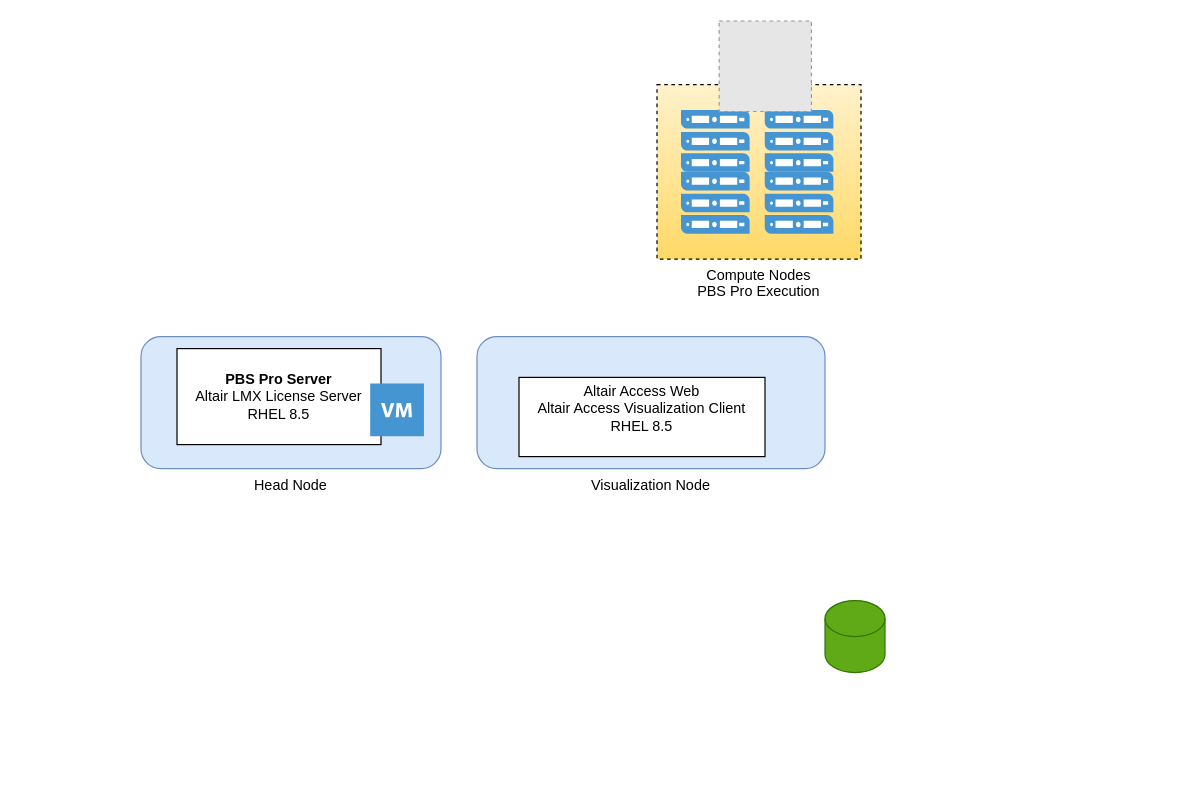
This is hdb.drawio from doddam-manjunath/diagram_io, a draw.io file, before an edit. Source tidied: cells renumbered, new cells numbered last; positions are measured from the earlier drawing's top-left corner, leaving out a move shared by most shapes. Both pictures are drawn from the tidied source at 120%, with x=0, y=0 at pixel (140, 20). Pictures stored in the file or linked from it are replaced by grey dashed boxes.
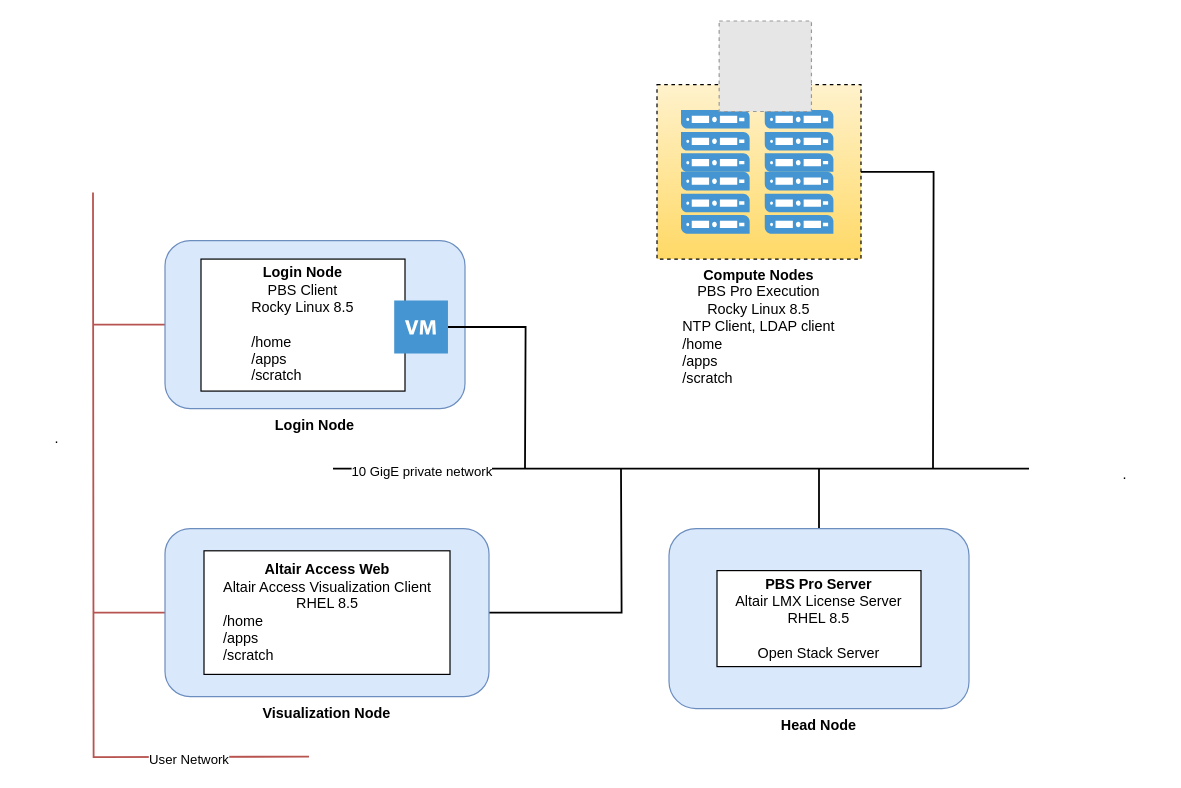
After the change.

Unchanged cells that the change refers to:
```xml
<mxCell id="8" style="group;strokeColor=none;fillColor=#fff2cc;gradientColor=#ffd966;" parent="1" vertex="1">
  <mxGeometry x="430" y="53" width="170" height="145.4" as="geometry" />
</mxCell>
```

The edit, as a diff of the source:
```diff
@@
+    <mxCell id="15" style="edgeStyle=orthogonalEdgeStyle;rounded=0;jettySize=auto;html=1;exitX=0.5;exitY=0;exitDx=0;exitDy=0;endArrow=none;endFill=0;strokeWidth=1.5;" parent="1" edge="1" source="2">
+      <mxGeometry relative="1" as="geometry">
+        <mxPoint x="565" y="373" as="targetPoint" />
+      </mxGeometry>
+    </mxCell>
-    <mxCell id="2" value="Head Node" style="rounded=1;whiteSpace=wrap;html=1;labelPosition=center;verticalLabelPosition=bottom;align=center;verticalAlign=top;fillColor=#dae8fc;strokeColor=#6c8ebf;" parent="1" vertex="1">
-      <mxGeometry y="263" width="250" height="110" as="geometry" />
+    <mxCell id="2" value="&lt;b&gt;Head Node&lt;/b&gt;" style="rounded=1;whiteSpace=wrap;html=1;labelPosition=center;verticalLabelPosition=bottom;align=center;verticalAlign=top;fillColor=#dae8fc;strokeColor=#6c8ebf;" parent="1" vertex="1">
+      <mxGeometry x="440" y="423" width="250" height="150" as="geometry" />
     </mxCell>
-    <mxCell id="3" style="shape=cylinder3;whiteSpace=wrap;html=1;boundedLbl=1;backgroundOutline=1;size=15;fillColor=#60a917;fontColor=#ffffff;strokeColor=#2D7600;" parent="1" vertex="1">
-      <mxGeometry x="570" y="483" width="50" height="60" as="geometry" />
-    </mxCell>
-    <mxCell id="4" value="&lt;b&gt;PBS Pro Server&lt;br&gt;&lt;/b&gt;&lt;div&gt;Altair LMX License Server&lt;br&gt;&lt;/div&gt;&lt;div&gt;RHEL 8.5&lt;/div&gt;" style="rounded=0;whiteSpace=wrap;html=1;" parent="1" vertex="1">
-      <mxGeometry x="30" y="273" width="170" height="80" as="geometry" />
+    <mxCell id="4" value="&lt;b&gt;PBS Pro Server&lt;br&gt;&lt;/b&gt;&lt;div&gt;Altair LMX License Server&lt;br&gt;&lt;/div&gt;&lt;div&gt;RHEL 8.5&lt;/div&gt;&lt;div&gt;&lt;br&gt;&lt;/div&gt;&lt;div&gt;Open Stack Server&lt;/div&gt;" style="rounded=0;whiteSpace=wrap;html=1;" parent="1" vertex="1">
+      <mxGeometry x="480" y="458" width="170" height="80" as="geometry" />
     </mxCell>
-    <mxCell id="5" style="shadow=0;dashed=0;html=1;strokeColor=none;fillColor=#4495D1;labelPosition=center;verticalLabelPosition=bottom;verticalAlign=top;align=center;shape=mxgraph.veeam.2d.virtual_machine;" parent="1" vertex="1">
-      <mxGeometry x="191" y="302" width="44.8" height="44" as="geometry" />
-    </mxCell>
+    <mxCell id="16" style="edgeStyle=orthogonalEdgeStyle;rounded=0;jettySize=auto;html=1;exitX=1;exitY=0.5;exitDx=0;exitDy=0;endArrow=none;endFill=0;strokeWidth=1.5;" parent="1" edge="1" source="6">
+      <mxGeometry relative="1" as="geometry">
+        <mxPoint x="400" y="373" as="targetPoint" />
+      </mxGeometry>
+    </mxCell>
+    <mxCell id="17" style="edgeStyle=none;rounded=0;jettySize=auto;html=1;endArrow=none;endFill=0;fillColor=#f8cecc;strokeColor=#B85450;strokeWidth=1.5;" parent="1" edge="1" source="6">
+      <mxGeometry relative="1" as="geometry">
+        <mxPoint x="-40" y="493" as="targetPoint" />
+      </mxGeometry>
+    </mxCell>
-    <mxCell id="6" value="Visualization Node" style="rounded=1;whiteSpace=wrap;html=1;labelPosition=center;verticalLabelPosition=bottom;align=center;verticalAlign=top;fillColor=#dae8fc;strokeColor=#6c8ebf;" parent="1" vertex="1">
-      <mxGeometry x="280" y="263" width="290" height="110" as="geometry" />
+    <mxCell id="6" value="&lt;b&gt;Visualization Node&lt;/b&gt;" style="rounded=1;whiteSpace=wrap;html=1;labelPosition=center;verticalLabelPosition=bottom;align=center;verticalAlign=top;fillColor=#dae8fc;strokeColor=#6c8ebf;" parent="1" vertex="1">
+      <mxGeometry x="20" y="423" width="270" height="140" as="geometry" />
     </mxCell>
-    <mxCell id="7" value="&lt;div&gt;Altair Access Web&lt;br&gt;&lt;/div&gt;&lt;div&gt;Altair Access Visualization Client&lt;/div&gt;&lt;div&gt;RHEL 8.5&lt;/div&gt;&lt;div&gt;&lt;br&gt;&lt;/div&gt;" style="rounded=0;whiteSpace=wrap;html=1;" parent="1" vertex="1">
-      <mxGeometry x="315" y="297" width="205" height="66" as="geometry" />
+    <mxCell id="7" value="&lt;div&gt;&lt;b&gt;Altair Access Web&lt;/b&gt;&lt;br&gt;&lt;/div&gt;&lt;div&gt;Altair Access Visualization Client&lt;/div&gt;&lt;div&gt;RHEL 8.5&lt;/div&gt;&lt;div align=&quot;left&quot;&gt;/home&lt;/div&gt;&lt;div align=&quot;left&quot;&gt;/apps&lt;/div&gt;&lt;div align=&quot;left&quot;&gt;/scratch&lt;br&gt;&lt;/div&gt;" style="rounded=0;whiteSpace=wrap;html=1;" parent="1" vertex="1">
+      <mxGeometry x="52.5" y="441.5" width="205" height="103" as="geometry" />
     </mxCell>
@@
-    <mxCell id="9" value="Compute Nodes&lt;br&gt;PBS Pro Execution" style="rounded=0;whiteSpace=wrap;html=1;fillColor=none;dashed=1;labelPosition=center;verticalLabelPosition=bottom;align=center;verticalAlign=top;" parent="8" vertex="1">
+    <mxCell id="9" value="&lt;b&gt;Compute Nodes&lt;/b&gt;&lt;br&gt;&lt;div&gt;PBS Pro Execution&lt;/div&gt;&lt;div&gt;Rocky Linux 8.5&lt;/div&gt;&lt;div&gt;NTP Client, LDAP client&lt;br&gt;&lt;/div&gt;&lt;div&gt;&lt;div align=&quot;left&quot;&gt;/home&lt;/div&gt;&lt;div align=&quot;left&quot;&gt;/apps&lt;br&gt;&lt;/div&gt;&lt;div align=&quot;left&quot;&gt;/scratch&lt;/div&gt;&lt;/div&gt;" style="rounded=0;whiteSpace=wrap;html=1;fillColor=none;dashed=1;labelPosition=center;verticalLabelPosition=bottom;align=center;verticalAlign=top;" parent="8" vertex="1">
       <mxGeometry width="170" height="145.4" as="geometry" />
     </mxCell>
@@
+    <mxCell id="18" style="edgeStyle=none;rounded=0;jettySize=auto;html=1;endArrow=none;endFill=0;fillColor=#f8cecc;strokeColor=#B85450;strokeWidth=1.5;" parent="1" edge="1" source="19">
+      <mxGeometry relative="1" as="geometry">
+        <mxPoint x="-40" y="253" as="targetPoint" />
+      </mxGeometry>
+    </mxCell>
+    <mxCell id="19" value="&lt;b&gt;Login Node&lt;/b&gt;" style="rounded=1;whiteSpace=wrap;html=1;labelPosition=center;verticalLabelPosition=bottom;align=center;verticalAlign=top;fillColor=#dae8fc;strokeColor=#6c8ebf;" parent="1" vertex="1">
+      <mxGeometry x="20" y="183" width="250" height="140" as="geometry" />
+    </mxCell>
+    <mxCell id="20" value="&lt;div&gt;&lt;b&gt;Login Node&lt;/b&gt;&lt;/div&gt;&lt;div&gt;PBS Client&lt;br&gt;&lt;/div&gt;&lt;div&gt;Rocky Linux 8.5&lt;br&gt;&lt;/div&gt;&lt;div&gt;&lt;br&gt;&lt;/div&gt;&lt;div&gt;&lt;div align=&quot;left&quot;&gt;/home&lt;/div&gt;&lt;div align=&quot;left&quot;&gt;/apps&lt;br&gt;&lt;/div&gt;&lt;div align=&quot;left&quot;&gt;/scratch&lt;/div&gt;&lt;/div&gt;" style="rounded=0;whiteSpace=wrap;html=1;" parent="1" vertex="1">
+      <mxGeometry x="50" y="198.4" width="170" height="110" as="geometry" />
+    </mxCell>
+    <mxCell id="21" style="edgeStyle=orthogonalEdgeStyle;rounded=0;jettySize=auto;html=1;endArrow=none;endFill=0;strokeWidth=1.5;" parent="1" edge="1" source="22">
+      <mxGeometry relative="1" as="geometry">
+        <mxPoint x="320" y="373" as="targetPoint" />
+      </mxGeometry>
+    </mxCell>
+    <mxCell id="22" style="shadow=0;dashed=0;html=1;strokeColor=none;fillColor=#4495D1;labelPosition=center;verticalLabelPosition=bottom;verticalAlign=top;align=center;outlineConnect=0;shape=mxgraph.veeam.2d.virtual_machine;" parent="1" vertex="1">
+      <mxGeometry x="211" y="233" width="44.8" height="44" as="geometry" />
+    </mxCell>
+    <mxCell id="23" style="endArrow=none;html=1;rounded=0;strokeWidth=1.5;" parent="1" edge="1">
+      <mxGeometry relative="1" as="geometry">
+        <mxPoint x="160" y="373" as="sourcePoint" />
+        <mxPoint x="740" y="373" as="targetPoint" />
+      </mxGeometry>
+    </mxCell>
+    <mxCell id="24" value="10 GigE private network" style="edgeLabel;html=1;align=center;verticalAlign=middle;" parent="23" vertex="1">
+      <mxGeometry x="-0.83" y="-2" relative="1" as="geometry">
+        <mxPoint x="24" as="offset" />
+      </mxGeometry>
+    </mxCell>
+    <mxCell id="25" style="edgeStyle=orthogonalEdgeStyle;rounded=0;jettySize=auto;html=1;exitX=1;exitY=0.5;exitDx=0;exitDy=0;endArrow=none;endFill=0;strokeWidth=1.5;" parent="1" edge="1" source="9">
+      <mxGeometry relative="1" as="geometry">
+        <mxPoint x="660" y="373" as="targetPoint" />
+      </mxGeometry>
+    </mxCell>
+    <mxCell id="26" style="endArrow=none;html=1;rounded=0;edgeStyle=orthogonalEdgeStyle;fillColor=#f8cecc;strokeColor=#B85450;strokeWidth=1.5;" parent="1" edge="1">
+      <mxGeometry relative="1" as="geometry">
+        <mxPoint x="140" y="613" as="sourcePoint" />
+        <mxPoint x="-40" y="143" as="targetPoint" />
+      </mxGeometry>
+    </mxCell>
+    <mxCell id="27" value="User Network " style="edgeLabel;html=1;align=center;verticalAlign=middle;" parent="26" vertex="1">
+      <mxGeometry x="-0.69" y="2" relative="1" as="geometry" />
+    </mxCell>
+    <mxCell id="28" value="." style="text;html=1;strokeColor=none;fillColor=none;align=center;verticalAlign=middle;whiteSpace=wrap;rounded=0;" parent="1" vertex="1">
+      <mxGeometry x="790" y="363" width="60" height="30" as="geometry" />
+    </mxCell>
+    <mxCell id="29" value="." style="text;html=1;strokeColor=none;fillColor=none;align=center;verticalAlign=middle;whiteSpace=wrap;rounded=0;" parent="1" vertex="1">
+      <mxGeometry x="-100" y="333" width="60" height="30" as="geometry" />
+    </mxCell>
```
